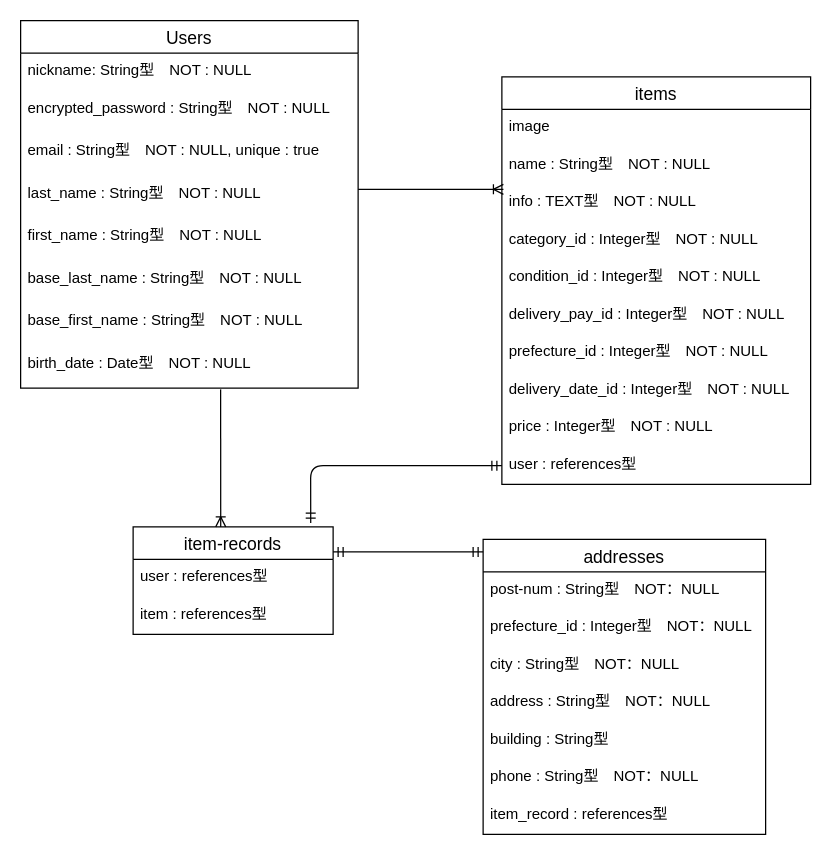
Above: DBTable.dio in Haru65PF/furima-34560 (draw.io), before the change. Source tidied: cells renumbered, new cells numbered last; positions are measured from the earlier drawing's top-left corner, leaving out a move shared by most shapes. Both pictures are drawn from the tidied source at 125%, with x=0, y=0 at pixel (20, 20).
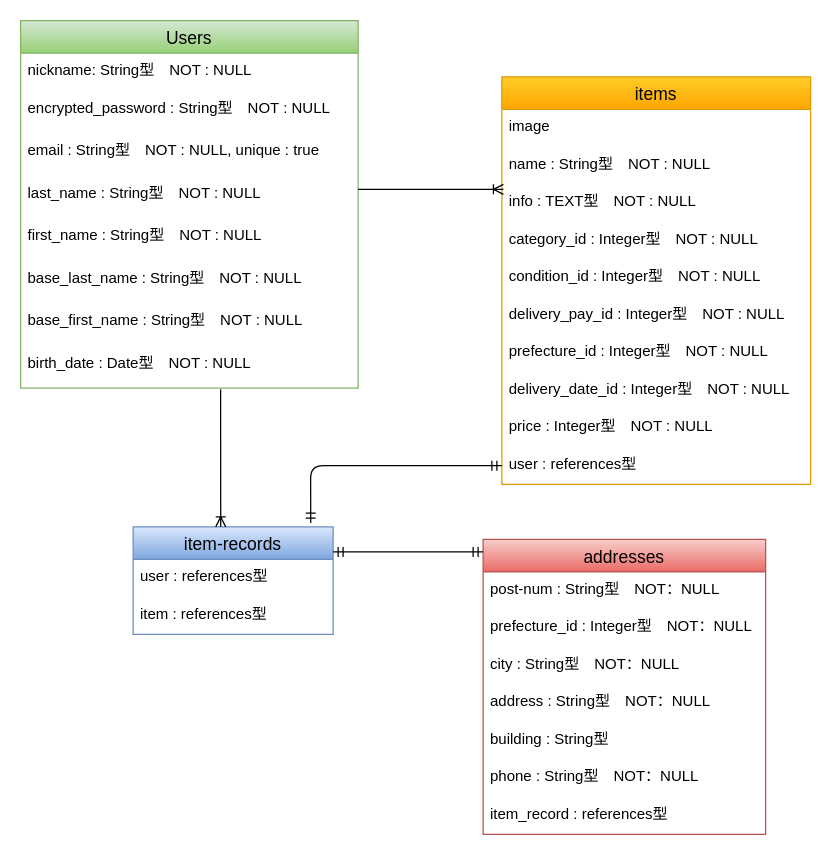
The same page after the edit.

Change to the diagram source:
```diff
@@
-    <mxCell id="2" value="Users" style="swimlane;fontStyle=0;horizontal=1;startSize=26;align=center;fontSize=14;" parent="1" vertex="1">
+    <mxCell id="2" value="Users" style="swimlane;fontStyle=0;horizontal=1;startSize=26;align=center;fontSize=14;fillColor=#d5e8d4;strokeColor=#82b366;gradientColor=#97d077;" parent="1" vertex="1">
       <mxGeometry width="270" height="294" as="geometry" />
     </mxCell>
@@
-    <mxCell id="11" value="items" style="swimlane;fontStyle=0;horizontal=1;startSize=26;align=center;fontSize=14;" parent="1" vertex="1">
+    <mxCell id="11" value="items" style="swimlane;fontStyle=0;horizontal=1;startSize=26;align=center;fontSize=14;fillColor=#ffcd28;strokeColor=#d79b00;labelBackgroundColor=none;gradientColor=#ffa500;" parent="1" vertex="1">
       <mxGeometry x="385" y="45" width="247" height="326" as="geometry" />
     </mxCell>
@@
-    <mxCell id="22" value="addresses" style="swimlane;fontStyle=0;horizontal=1;startSize=26;align=center;fontSize=14;" parent="1" vertex="1">
+    <mxCell id="22" value="addresses" style="swimlane;fontStyle=0;horizontal=1;startSize=26;align=center;fontSize=14;gradientColor=#ea6b66;fillColor=#f8cecc;strokeColor=#b85450;" parent="1" vertex="1">
       <mxGeometry x="370" y="415" width="226" height="236" as="geometry" />
     </mxCell>
@@
-    <mxCell id="32" value="item-records" style="swimlane;fontStyle=0;horizontal=1;startSize=26;align=center;fontSize=14;" parent="1" vertex="1">
+    <mxCell id="32" value="item-records" style="swimlane;fontStyle=0;horizontal=1;startSize=26;align=center;fontSize=14;gradientColor=#7ea6e0;fillColor=#dae8fc;strokeColor=#6c8ebf;" parent="1" vertex="1">
       <mxGeometry x="90" y="405" width="160" height="86" as="geometry" />
     </mxCell>
```
